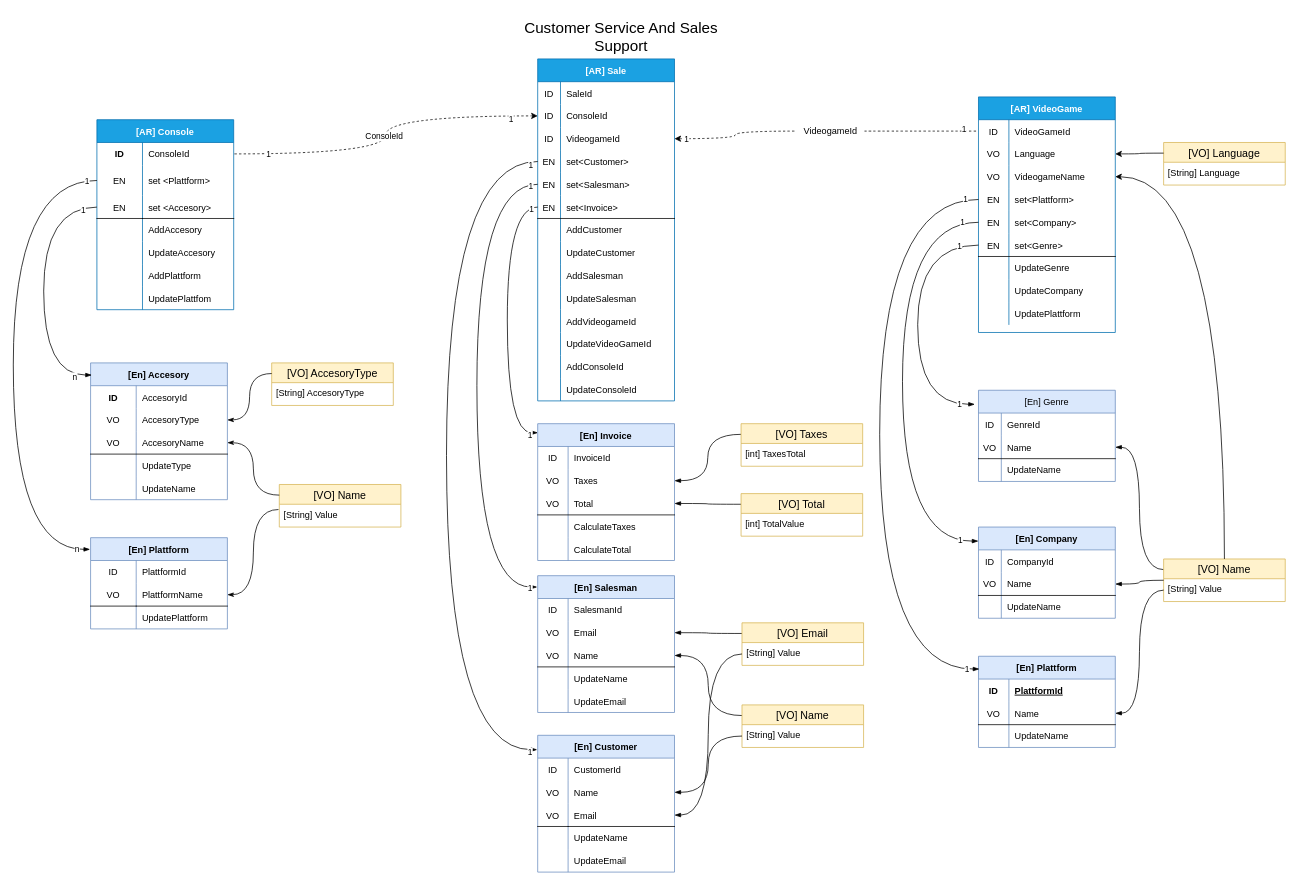
Above: page "DomainModel" (3 of 4) of Model Design/fase3.drawio in maxdarkx/DomainModel (draw.io), before the change. Source tidied: cells renumbered, new cells numbered last; positions are measured from the earlier drawing's top-left corner, leaving out a move shared by most shapes. Both pictures are drawn from the tidied source at 76%, with x=0, y=0 at pixel (13, 13).
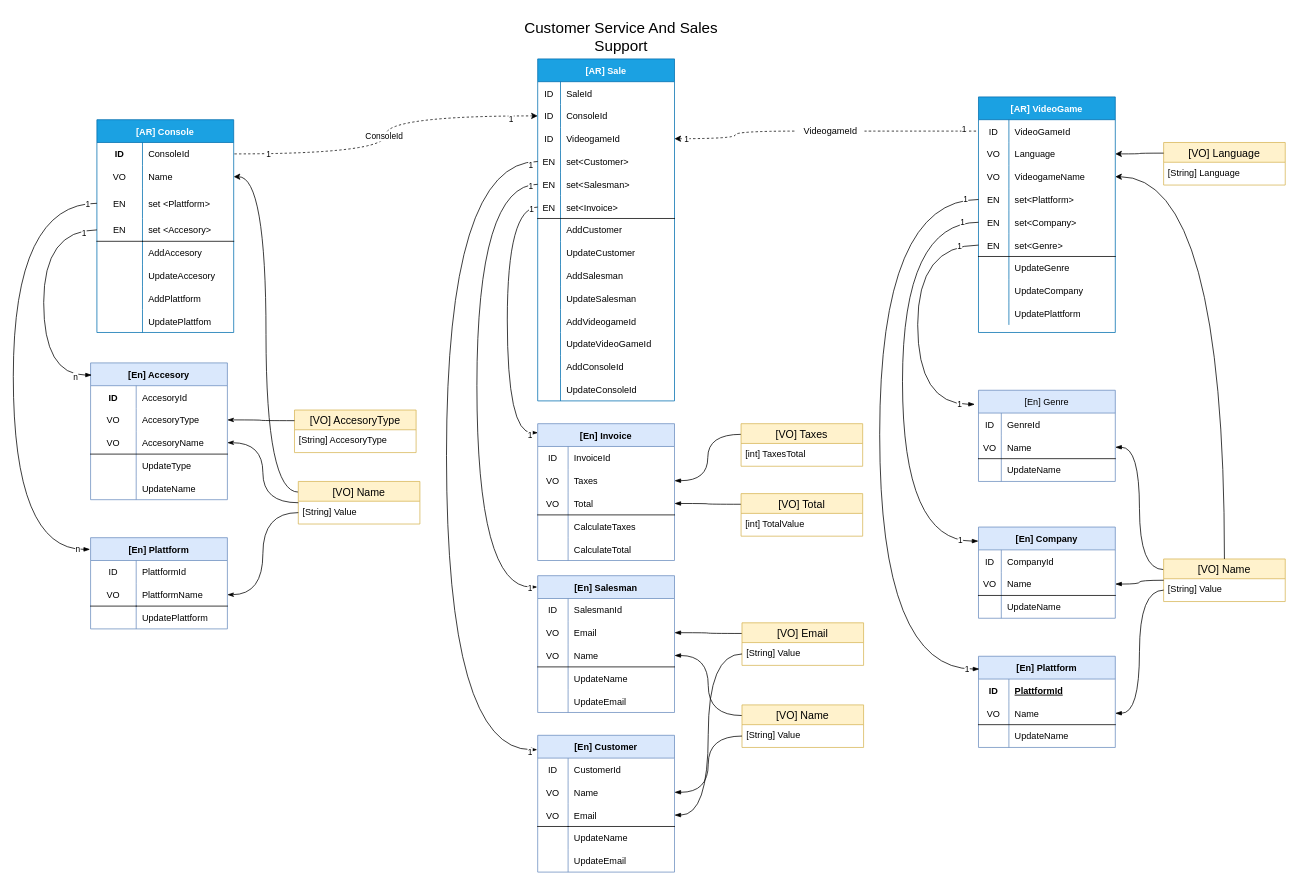
After the change.

Unchanged cells that the change refers to:
```xml
<mxCell id="96" value="[En] Plattform" style="shape=table;startSize=30;childLayout=tableLayout;rowLines=0;fontStyle=1;align=center;hachureGap=4;fillColor=#dae8fc;strokeColor=#6c8ebf;" parent="1" vertex="1">
  <mxGeometry x="101.7" y="690" width="180" height="120" as="geometry" />
</mxCell>
<mxCell id="100" style="shape=partialRectangle;fillColor=none;top=0;left=0;bottom=0;right=0;points=[[0,0.5],[1,0.5]];portConstraint=eastwest;" parent="96" vertex="1">
  <mxGeometry y="60" width="180" height="30" as="geometry" />
</mxCell>
<mxCell id="106" value="[En] Accesory" style="shape=table;startSize=30;childLayout=tableLayout;rowLines=0;fontStyle=1;align=center;hachureGap=4;fillColor=#dae8fc;strokeColor=#6c8ebf;" parent="1" vertex="1">
  <mxGeometry x="101.7" y="460" width="180" height="180" as="geometry" />
</mxCell>
<mxCell id="113" style="shape=partialRectangle;fillColor=none;top=0;left=0;bottom=1;right=0;points=[[0,0.5],[1,0.5]];portConstraint=eastwest;hachureGap=4;" parent="106" vertex="1">
  <mxGeometry y="90" width="180" height="30" as="geometry" />
</mxCell>
<mxCell id="207" value="[String] Value" style="text;strokeColor=none;fillColor=none;spacingLeft=4;spacingRight=4;overflow=hidden;points=[[0,0.5],[1,0.5]];portConstraint=eastwest;fontSize=12;" parent="206" vertex="1">
  <mxGeometry y="26" width="160" height="30" as="geometry" />
</mxCell>
```

Diff of the diagram source:
```diff
@@
     <mxCell id="3" value="[AR] Console" style="shape=table;startSize=30;childLayout=tableLayout;rowLines=0;fontStyle=1;align=center;hachureGap=4;fillColor=#1ba1e2;strokeColor=#006EAF;fontColor=#ffffff;" parent="1" vertex="1">
-      <mxGeometry x="110" y="140" width="180" height="250" as="geometry" />
+      <mxGeometry x="110" y="140" width="180" height="280" as="geometry" />
     </mxCell>
@@
+    <mxCell id="268" style="shape=partialRectangle;fillColor=none;top=0;left=0;bottom=0;right=0;points=[[0,0.5],[1,0.5]];portConstraint=eastwest;" parent="3" vertex="1">
+      <mxGeometry y="60" width="180" height="30" as="geometry" />
+    </mxCell>
+    <mxCell id="269" value="VO" style="shape=partialRectangle;fillColor=none;top=0;left=0;bottom=0;right=0;overflow=hidden;" parent="268" vertex="1">
+      <mxGeometry width="60" height="30" as="geometry" />
+    </mxCell>
+    <mxCell id="270" value="Name" style="shape=partialRectangle;fillColor=none;top=0;left=0;bottom=0;right=0;align=left;spacingLeft=6;overflow=hidden;" parent="268" vertex="1">
+      <mxGeometry x="60" width="120" height="30" as="geometry" />
+    </mxCell>
     <mxCell id="7" style="shape=partialRectangle;fillColor=none;top=0;left=0;bottom=0;right=0;points=[[0,0.5],[1,0.5]];portConstraint=eastwest;hachureGap=4;" parent="3" vertex="1">
-      <mxGeometry y="60" width="180" height="40" as="geometry" />
+      <mxGeometry y="90" width="180" height="40" as="geometry" />
     </mxCell>
@@
     <mxCell id="10" style="shape=partialRectangle;fillColor=none;top=0;left=0;bottom=0;right=0;points=[[0,0.5],[1,0.5]];portConstraint=eastwest;hachureGap=4;" parent="3" vertex="1">
-      <mxGeometry y="100" width="180" height="30" as="geometry" />
+      <mxGeometry y="130" width="180" height="30" as="geometry" />
     </mxCell>
@@
     <mxCell id="13" style="shape=partialRectangle;fillColor=none;top=0;left=0;bottom=0;right=0;" parent="3" vertex="1">
-      <mxGeometry y="130" width="180" height="30" as="geometry" />
+      <mxGeometry y="160" width="180" height="30" as="geometry" />
     </mxCell>
@@
     <mxCell id="16" style="shape=partialRectangle;fillColor=none;top=0;left=0;bottom=0;right=0;" parent="3" vertex="1">
-      <mxGeometry y="160" width="180" height="30" as="geometry" />
+      <mxGeometry y="190" width="180" height="30" as="geometry" />
     </mxCell>
@@
     <mxCell id="19" style="shape=partialRectangle;fillColor=none;top=0;left=0;bottom=0;right=0;hachureGap=4;" parent="3" vertex="1">
-      <mxGeometry y="190" width="180" height="30" as="geometry" />
+      <mxGeometry y="220" width="180" height="30" as="geometry" />
     </mxCell>
@@
     <mxCell id="22" style="shape=partialRectangle;fillColor=none;top=0;left=0;bottom=0;right=0;hachureGap=4;" parent="3" vertex="1">
-      <mxGeometry y="220" width="180" height="30" as="geometry" />
+      <mxGeometry y="250" width="180" height="30" as="geometry" />
     </mxCell>
@@
     <mxCell id="200" style="edgeStyle=orthogonalEdgeStyle;curved=1;jettySize=auto;html=1;exitX=0;exitY=0.5;exitDx=0;exitDy=0;entryX=0.009;entryY=0.089;entryDx=0;entryDy=0;entryPerimeter=0;endArrow=blockThin;endFill=1;sourcePerimeterSpacing=8;targetPerimeterSpacing=8;" parent="1" edge="1" source="10" target="106">
       <mxGeometry relative="1" as="geometry">
         <Array as="points">
-          <mxPoint x="40" y="255" />
+          <mxPoint x="40" y="285" />
           <mxPoint x="40" y="476" />
         </Array>
       </mxGeometry>
     </mxCell>
@@
     <mxCell id="203" style="edgeStyle=orthogonalEdgeStyle;curved=1;jettySize=auto;html=1;exitX=0;exitY=0.5;exitDx=0;exitDy=0;entryX=-0.004;entryY=0.128;entryDx=0;entryDy=0;entryPerimeter=0;endArrow=blockThin;endFill=1;sourcePerimeterSpacing=8;targetPerimeterSpacing=8;" parent="1" edge="1" source="7" target="96">
       <mxGeometry relative="1" as="geometry">
         <Array as="points">
-          <mxPoint y="220" />
+          <mxPoint y="250" />
           <mxPoint y="705" />
         </Array>
       </mxGeometry>
     </mxCell>
@@
+    <mxCell id="271" style="edgeStyle=orthogonalEdgeStyle;rounded=0;jettySize=auto;html=1;exitX=0;exitY=0.25;exitDx=0;exitDy=0;entryX=1;entryY=0.5;entryDx=0;entryDy=0;curved=1;" parent="1" edge="1" source="206" target="268">
+      <mxGeometry relative="1" as="geometry" />
+    </mxCell>
     <mxCell id="206" value="[VO] Name" style="swimlane;fontStyle=0;horizontal=1;startSize=26;align=center;fontSize=14;hachureGap=4;fillColor=#fff2cc;strokeColor=#d6b656;" parent="1" vertex="1">
-      <mxGeometry x="350" y="620" width="160" height="56" as="geometry" />
+      <mxGeometry x="375" y="616" width="160" height="56" as="geometry" />
     </mxCell>
@@
     <mxCell id="208" value="[VO] AccesoryType" style="swimlane;fontStyle=0;horizontal=1;startSize=26;align=center;fontSize=14;hachureGap=4;fillColor=#fff2cc;strokeColor=#d6b656;" parent="1" vertex="1">
-      <mxGeometry x="340" y="460" width="160" height="56" as="geometry" />
+      <mxGeometry x="370" y="522" width="160" height="56" as="geometry" />
     </mxCell>
@@
-    <mxCell id="210" style="edgeStyle=orthogonalEdgeStyle;curved=1;jettySize=auto;html=1;exitX=1;exitY=0.5;exitDx=0;exitDy=0;entryX=0;entryY=0.25;entryDx=0;entryDy=0;endArrow=none;endFill=0;sourcePerimeterSpacing=8;targetPerimeterSpacing=8;startArrow=classicThin;startFill=1;" parent="1" edge="1" source="113" target="206">
+    <mxCell id="210" style="edgeStyle=orthogonalEdgeStyle;curved=1;jettySize=auto;html=1;exitX=1;exitY=0.5;exitDx=0;exitDy=0;entryX=0;entryY=0.5;entryDx=0;entryDy=0;endArrow=none;endFill=0;sourcePerimeterSpacing=8;targetPerimeterSpacing=8;startArrow=classicThin;startFill=1;" parent="1" edge="1" source="113" target="206">
       <mxGeometry relative="1" as="geometry" />
     </mxCell>
@@
-    <mxCell id="212" style="edgeStyle=orthogonalEdgeStyle;curved=1;jettySize=auto;html=1;exitX=1;exitY=0.5;exitDx=0;exitDy=0;entryX=-0.007;entryY=0.231;entryDx=0;entryDy=0;endArrow=none;endFill=0;sourcePerimeterSpacing=8;targetPerimeterSpacing=8;entryPerimeter=0;startArrow=classicThin;startFill=1;" parent="1" edge="1" source="100" target="207">
+    <mxCell id="212" style="edgeStyle=orthogonalEdgeStyle;curved=1;jettySize=auto;html=1;exitX=1;exitY=0.5;exitDx=0;exitDy=0;entryX=0;entryY=0.5;entryDx=0;entryDy=0;endArrow=none;endFill=0;sourcePerimeterSpacing=8;targetPerimeterSpacing=8;startArrow=classicThin;startFill=1;" parent="1" edge="1" source="100" target="207">
       <mxGeometry relative="1" as="geometry" />
     </mxCell>
```
